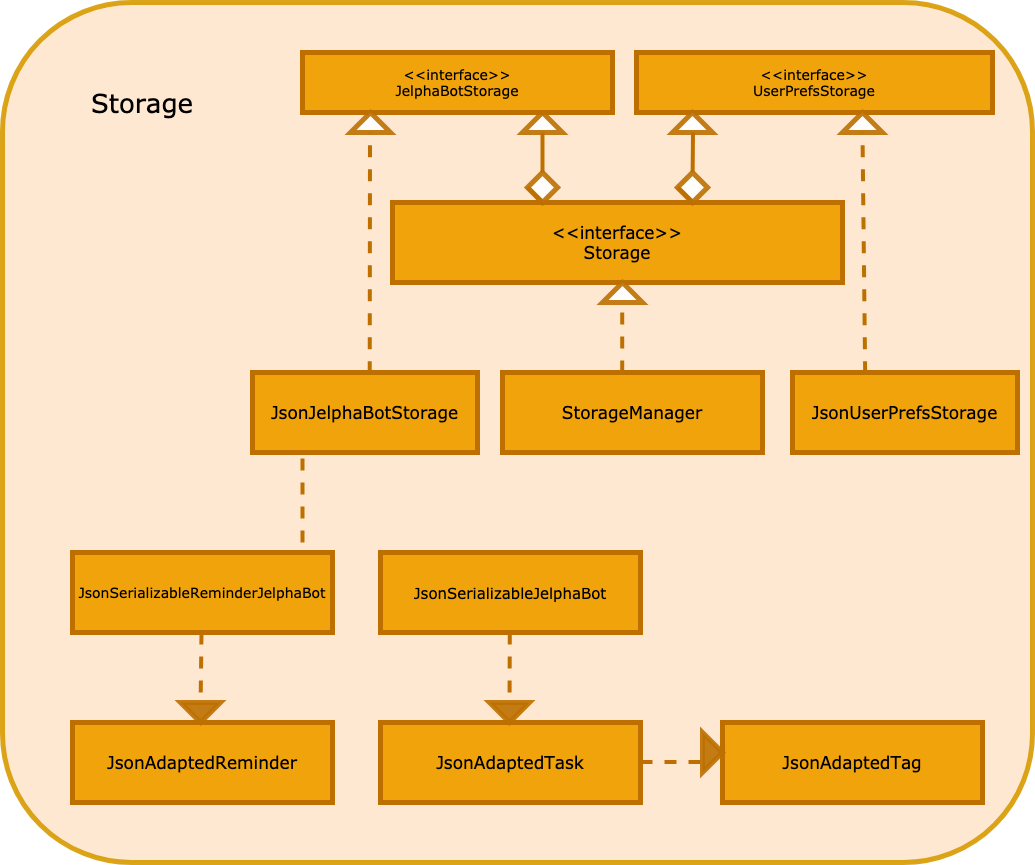
Before: images/Storage.png, a diagram exported from draw.io (AY1920S2-CS2103-F09-2/main). Source tidied: cells renumbered, new cells last; positions are measured from the earlier drawing's top-left corner, leaving out a move shared by most shapes. The source it was exported from:
```xml
<mxGraphModel>
  <root>
    <mxCell id="0" />
    <mxCell id="1" parent="0" />
    <mxCell id="2" style="rounded=1;whiteSpace=wrap;html=1;strokeColor=#d79b00;strokeWidth=5;fillColor=#ffe6cc;opacity=90;" parent="1" vertex="1">
      <mxGeometry width="1030" height="860" as="geometry" />
    </mxCell>
    <mxCell id="3" value="&lt;font style=&quot;font-size: 14px&quot;&gt;&lt;font face=&quot;Verdana&quot;&gt;&lt;font style=&quot;font-size: 14px&quot; color=&quot;#000000&quot;&gt;&amp;lt;&amp;lt;interface&amp;gt;&amp;gt;&lt;br&gt;&lt;/font&gt;&lt;font color=&quot;#000000&quot;&gt;UserPrefsStorage&lt;/font&gt;&lt;/font&gt;&lt;br&gt;&lt;/font&gt;" style="rounded=0;whiteSpace=wrap;html=1;strokeWidth=5;fillColor=#f0a30a;strokeColor=#BD7000;fontColor=#ffffff;" parent="1" vertex="1">
      <mxGeometry x="634" y="50" width="356" height="60" as="geometry" />
    </mxCell>
    <mxCell id="4" style="triangle;whiteSpace=wrap;html=1;strokeWidth=5;opacity=90;rotation=-90;strokeColor=#BD7000;" parent="1" vertex="1">
      <mxGeometry x="530" y="100" width="20" height="40" as="geometry" />
    </mxCell>
    <mxCell id="5" value="&lt;font style=&quot;font-size: 14px&quot;&gt;&lt;font face=&quot;Verdana&quot; style=&quot;font-size: 14px&quot; color=&quot;#000000&quot;&gt;&amp;lt;&amp;lt;interface&amp;gt;&amp;gt;&lt;br&gt;JelphaBotStorage&lt;/font&gt;&lt;br&gt;&lt;/font&gt;" style="rounded=0;whiteSpace=wrap;html=1;strokeWidth=5;fillColor=#f0a30a;strokeColor=#BD7000;fontColor=#ffffff;" parent="1" vertex="1">
      <mxGeometry x="300" y="50" width="310" height="60" as="geometry" />
    </mxCell>
    <mxCell id="6" style="triangle;whiteSpace=wrap;html=1;strokeWidth=5;opacity=90;rotation=-90;strokeColor=#BD7000;" parent="1" vertex="1">
      <mxGeometry x="680" y="100" width="20" height="40" as="geometry" />
    </mxCell>
    <mxCell id="7" style="endArrow=none;html=1;strokeWidth=4;entryX=0;entryY=0.5;entryDx=0;entryDy=0;strokeColor=#BD7000;" parent="1" edge="1" source="24" target="4">
      <mxGeometry relative="1" as="geometry" />
    </mxCell>
    <mxCell id="8" style="endArrow=none;html=1;strokeWidth=4;entryX=0;entryY=0.5;entryDx=0;entryDy=0;strokeColor=#BD7000;" parent="1" edge="1" source="26">
      <mxGeometry relative="1" as="geometry">
        <mxPoint x="690.5" y="130" as="targetPoint" />
      </mxGeometry>
    </mxCell>
    <mxCell id="9" value="&lt;font style=&quot;font-size: 17px&quot;&gt;&lt;font face=&quot;Verdana&quot; style=&quot;font-size: 17px&quot; color=&quot;#000000&quot;&gt;&amp;lt;&amp;lt;interface&amp;gt;&amp;gt;&lt;br&gt;Storage&lt;/font&gt;&lt;br&gt;&lt;/font&gt;" style="rounded=0;whiteSpace=wrap;html=1;strokeWidth=5;fillColor=#f0a30a;strokeColor=#BD7000;fontColor=#ffffff;" parent="1" vertex="1">
      <mxGeometry x="390" y="200" width="450" height="80" as="geometry" />
    </mxCell>
    <mxCell id="10" style="triangle;whiteSpace=wrap;html=1;strokeWidth=5;opacity=90;rotation=-90;strokeColor=#BD7000;" parent="1" vertex="1">
      <mxGeometry x="610" y="270" width="20" height="40" as="geometry" />
    </mxCell>
    <mxCell id="11" style="endArrow=none;html=1;strokeWidth=4;entryX=0;entryY=0.5;entryDx=0;entryDy=0;strokeColor=#BD7000;dashed=1;" parent="1" edge="1">
      <mxGeometry relative="1" as="geometry">
        <mxPoint x="619.7" y="370" as="sourcePoint" />
        <mxPoint x="619.7" y="300" as="targetPoint" />
      </mxGeometry>
    </mxCell>
    <mxCell id="12" value="&lt;font style=&quot;font-size: 17px&quot;&gt;&lt;font color=&quot;#000000&quot; face=&quot;Verdana&quot;&gt;StorageManager&lt;/font&gt;&lt;br&gt;&lt;/font&gt;" style="rounded=0;whiteSpace=wrap;html=1;strokeWidth=5;fillColor=#f0a30a;strokeColor=#BD7000;fontColor=#ffffff;" parent="1" vertex="1">
      <mxGeometry x="500" y="370" width="260" height="80" as="geometry" />
    </mxCell>
    <mxCell id="13" style="triangle;whiteSpace=wrap;html=1;strokeWidth=5;opacity=90;rotation=-90;strokeColor=#BD7000;" parent="1" vertex="1">
      <mxGeometry x="358" y="100" width="20" height="40" as="geometry" />
    </mxCell>
    <mxCell id="14" style="endArrow=none;html=1;strokeWidth=4;entryX=0;entryY=0.5;entryDx=0;entryDy=0;strokeColor=#BD7000;dashed=1;exitX=0.521;exitY=0.009;exitDx=0;exitDy=0;exitPerimeter=0;" parent="1" edge="1" source="15">
      <mxGeometry relative="1" as="geometry">
        <mxPoint x="367.5" y="130" as="targetPoint" />
      </mxGeometry>
    </mxCell>
    <mxCell id="15" value="&lt;font style=&quot;font-size: 17px&quot;&gt;&lt;font color=&quot;#000000&quot; face=&quot;Verdana&quot;&gt;JsonJelphaBotStorage&lt;/font&gt;&lt;br&gt;&lt;/font&gt;" style="rounded=0;whiteSpace=wrap;html=1;strokeWidth=5;fillColor=#f0a30a;strokeColor=#BD7000;fontColor=#ffffff;" parent="1" vertex="1">
      <mxGeometry x="250" y="370" width="225" height="80" as="geometry" />
    </mxCell>
    <mxCell id="16" style="triangle;whiteSpace=wrap;html=1;strokeWidth=5;opacity=90;rotation=-90;strokeColor=#BD7000;" parent="1" vertex="1">
      <mxGeometry x="850" y="100" width="20" height="40" as="geometry" />
    </mxCell>
    <mxCell id="17" style="endArrow=none;html=1;strokeWidth=4;strokeColor=#BD7000;dashed=1;exitX=0.323;exitY=0.009;exitDx=0;exitDy=0;entryX=0;entryY=0.5;entryDx=0;entryDy=0;exitPerimeter=0;" parent="1" edge="1" source="18" target="16">
      <mxGeometry relative="1" as="geometry" />
    </mxCell>
    <mxCell id="18" value="&lt;font style=&quot;font-size: 17px&quot;&gt;&lt;font color=&quot;#000000&quot; face=&quot;Verdana&quot;&gt;JsonUserPrefsStorage&lt;/font&gt;&lt;br&gt;&lt;/font&gt;" style="rounded=0;whiteSpace=wrap;html=1;strokeWidth=5;fillColor=#f0a30a;strokeColor=#BD7000;fontColor=#ffffff;" parent="1" vertex="1">
      <mxGeometry x="790" y="370" width="225" height="80" as="geometry" />
    </mxCell>
    <mxCell id="19" value="&lt;font style=&quot;font-size: 17px&quot;&gt;&lt;span style=&quot;color: rgb(0 , 0 , 0) ; font-family: &amp;#34;verdana&amp;#34;&quot;&gt;JsonAdaptedTask&lt;/span&gt;&lt;br&gt;&lt;/font&gt;" style="rounded=0;whiteSpace=wrap;html=1;strokeWidth=5;fillColor=#f0a30a;strokeColor=#BD7000;fontColor=#ffffff;" parent="1" vertex="1">
      <mxGeometry x="378" y="720" width="260" height="80" as="geometry" />
    </mxCell>
    <mxCell id="20" value="&lt;font style=&quot;font-size: 17px&quot;&gt;&lt;font color=&quot;#000000&quot; face=&quot;Verdana&quot;&gt;JsonAdaptedTag&lt;/font&gt;&lt;br&gt;&lt;/font&gt;" style="rounded=0;whiteSpace=wrap;html=1;strokeWidth=5;fillColor=#f0a30a;strokeColor=#BD7000;fontColor=#ffffff;" parent="1" vertex="1">
      <mxGeometry x="720" y="720" width="260" height="80" as="geometry" />
    </mxCell>
    <mxCell id="21" value="&lt;font style=&quot;font-size: 17px&quot;&gt;&lt;span style=&quot;color: rgb(0 , 0 , 0) ; font-family: &amp;#34;verdana&amp;#34;&quot;&gt;JsonAdaptedReminder&lt;/span&gt;&lt;br&gt;&lt;/font&gt;" style="rounded=0;whiteSpace=wrap;html=1;strokeWidth=5;fillColor=#f0a30a;strokeColor=#BD7000;fontColor=#ffffff;" parent="1" vertex="1">
      <mxGeometry x="70" y="720" width="260" height="80" as="geometry" />
    </mxCell>
    <mxCell id="22" value="&lt;font&gt;&lt;span style=&quot;color: rgb(0 , 0 , 0) ; font-family: &amp;#34;verdana&amp;#34;&quot;&gt;&lt;font style=&quot;font-size: 15px&quot;&gt;JsonSerializableJelphaBot&lt;/font&gt;&lt;/span&gt;&lt;br&gt;&lt;/font&gt;" style="rounded=0;whiteSpace=wrap;html=1;strokeWidth=5;fillColor=#f0a30a;strokeColor=#BD7000;fontColor=#ffffff;" parent="1" vertex="1">
      <mxGeometry x="378" y="550" width="260" height="80" as="geometry" />
    </mxCell>
    <mxCell id="23" value="&lt;font&gt;&lt;span style=&quot;color: rgb(0 , 0 , 0) ; font-family: &amp;#34;verdana&amp;#34;&quot;&gt;&lt;font style=&quot;font-size: 14px&quot;&gt;JsonSerializableReminderJelphaBot&lt;/font&gt;&lt;/span&gt;&lt;br&gt;&lt;/font&gt;" style="rounded=0;whiteSpace=wrap;html=1;strokeWidth=5;fillColor=#f0a30a;strokeColor=#BD7000;fontColor=#ffffff;" parent="1" vertex="1">
      <mxGeometry x="70" y="550" width="260" height="80" as="geometry" />
    </mxCell>
    <mxCell id="24" style="rhombus;whiteSpace=wrap;html=1;strokeColor=#BD7000;strokeWidth=5;opacity=90;" parent="1" vertex="1">
      <mxGeometry x="525" y="170" width="30" height="30" as="geometry" />
    </mxCell>
    <mxCell id="25" style="endArrow=none;html=1;strokeWidth=4;entryX=0;entryY=0.5;entryDx=0;entryDy=0;strokeColor=#BD7000;" parent="1" edge="1" target="24">
      <mxGeometry relative="1" as="geometry">
        <mxPoint x="540" y="200" as="sourcePoint" />
      </mxGeometry>
    </mxCell>
    <mxCell id="26" style="rhombus;whiteSpace=wrap;html=1;strokeColor=#BD7000;strokeWidth=5;opacity=90;" parent="1" vertex="1">
      <mxGeometry x="675" y="170" width="30" height="30" as="geometry" />
    </mxCell>
    <mxCell id="27" style="endArrow=none;html=1;strokeWidth=4;entryX=0;entryY=0.5;entryDx=0;entryDy=0;strokeColor=#BD7000;" parent="1" edge="1" target="26">
      <mxGeometry relative="1" as="geometry">
        <mxPoint x="690.5" y="200" as="sourcePoint" />
      </mxGeometry>
    </mxCell>
    <mxCell id="28" style="endArrow=none;html=1;strokeWidth=4;entryX=0;entryY=0.5;entryDx=0;entryDy=0;strokeColor=#BD7000;dashed=1;" parent="1" edge="1">
      <mxGeometry relative="1" as="geometry">
        <mxPoint x="300" y="540" as="sourcePoint" />
        <mxPoint x="300" y="450" as="targetPoint" />
      </mxGeometry>
    </mxCell>
    <mxCell id="29" style="endArrow=none;dashed=1;html=1;strokeColor=#BD7000;strokeWidth=4;" parent="1" edge="1" source="31">
      <mxGeometry relative="1" as="geometry">
        <mxPoint x="199.3" y="720" as="targetPoint" />
      </mxGeometry>
    </mxCell>
    <mxCell id="30" style="endArrow=none;dashed=1;html=1;strokeColor=#BD7000;strokeWidth=4;" parent="1" edge="1" source="33">
      <mxGeometry relative="1" as="geometry">
        <mxPoint x="507.6" y="720" as="targetPoint" />
      </mxGeometry>
    </mxCell>
    <mxCell id="31" style="triangle;whiteSpace=wrap;html=1;strokeColor=#BD7000;strokeWidth=5;opacity=90;rotation=90;fillColor=#bd7000;" parent="1" vertex="1">
      <mxGeometry x="188" y="690" width="20" height="40" as="geometry" />
    </mxCell>
    <mxCell id="32" style="endArrow=none;dashed=1;html=1;strokeColor=#BD7000;strokeWidth=4;" parent="1" edge="1" target="31">
      <mxGeometry relative="1" as="geometry">
        <mxPoint x="199" y="630" as="sourcePoint" />
      </mxGeometry>
    </mxCell>
    <mxCell id="33" style="triangle;whiteSpace=wrap;html=1;strokeColor=#BD7000;strokeWidth=5;opacity=90;rotation=90;fillColor=#bd7000;" parent="1" vertex="1">
      <mxGeometry x="497" y="690" width="20" height="40" as="geometry" />
    </mxCell>
    <mxCell id="34" style="endArrow=none;dashed=1;html=1;strokeColor=#BD7000;strokeWidth=4;" parent="1" edge="1" target="33">
      <mxGeometry relative="1" as="geometry">
        <mxPoint x="507.3" y="630" as="sourcePoint" />
      </mxGeometry>
    </mxCell>
    <mxCell id="35" value="&lt;font style=&quot;font-size: 26px&quot; face=&quot;Verdana&quot;&gt;Storage&lt;/font&gt;" style="text;html=1;strokeColor=none;fillColor=none;align=center;verticalAlign=middle;whiteSpace=wrap;rounded=0;opacity=90;" parent="1" vertex="1">
      <mxGeometry x="120" y="90" width="40" height="20" as="geometry" />
    </mxCell>
    <mxCell id="36" style="endArrow=none;dashed=1;html=1;strokeColor=#BD7000;strokeWidth=4;exitX=1;exitY=0.5;exitDx=0;exitDy=0;" parent="1" edge="1">
      <mxGeometry relative="1" as="geometry">
        <mxPoint x="638" y="759.5" as="sourcePoint" />
        <mxPoint x="700" y="759.5" as="targetPoint" />
      </mxGeometry>
    </mxCell>
    <mxCell id="37" style="triangle;whiteSpace=wrap;html=1;strokeColor=#BD7000;strokeWidth=5;fillColor=#bd7000;opacity=90;" parent="1" vertex="1">
      <mxGeometry x="700" y="730" width="20" height="40" as="geometry" />
    </mxCell>
  </root>
</mxGraphModel>
```
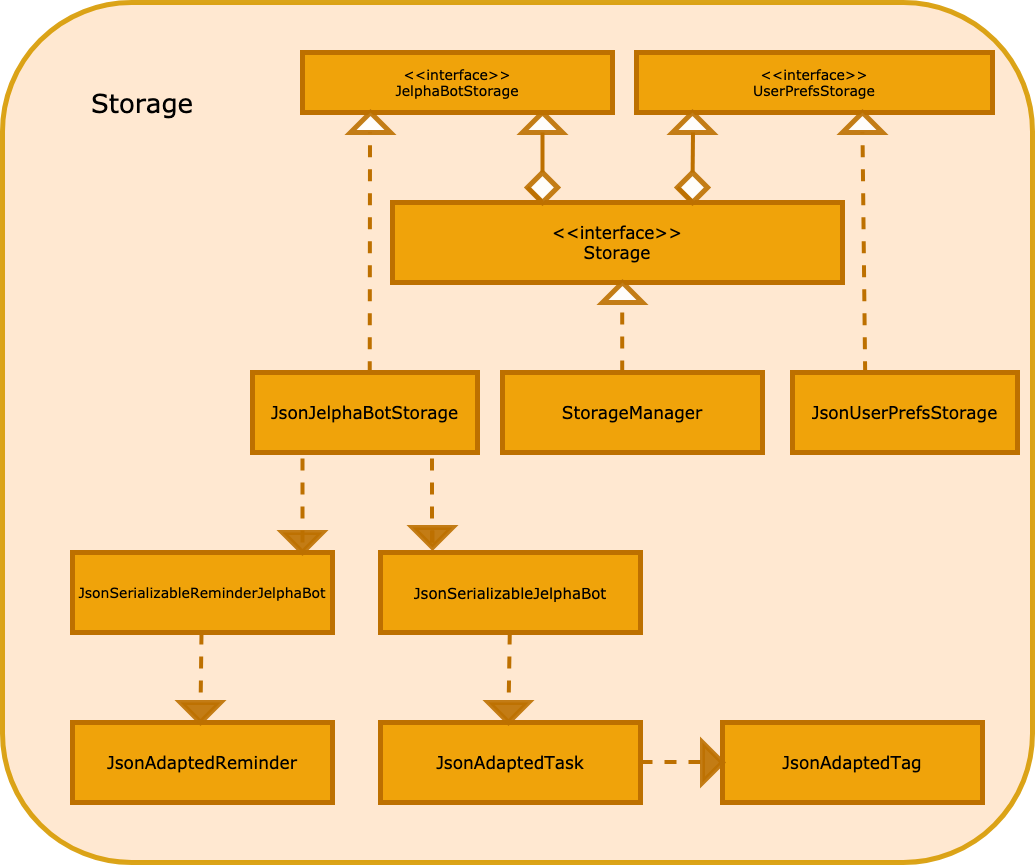
The same file after the commit.

Diff of the diagram source:
```diff
@@ -116,7 +116,7 @@
       </mxGeometry>
     </mxCell>
     <mxCell id="33" style="triangle;whiteSpace=wrap;html=1;strokeColor=#BD7000;strokeWidth=5;opacity=90;rotation=90;fillColor=#bd7000;" parent="1" vertex="1">
-      <mxGeometry x="497" y="690" width="20" height="40" as="geometry" />
+      <mxGeometry x="496" y="690" width="20" height="40" as="geometry" />
     </mxCell>
     <mxCell id="34" style="endArrow=none;dashed=1;html=1;strokeColor=#BD7000;strokeWidth=4;" parent="1" edge="1" target="33">
       <mxGeometry relative="1" as="geometry">
@@ -133,7 +133,24 @@
       </mxGeometry>
     </mxCell>
     <mxCell id="37" style="triangle;whiteSpace=wrap;html=1;strokeColor=#BD7000;strokeWidth=5;fillColor=#bd7000;opacity=90;" parent="1" vertex="1">
-      <mxGeometry x="700" y="730" width="20" height="40" as="geometry" />
+      <mxGeometry x="700" y="740" width="20" height="40" as="geometry" />
     </mxCell>
+    <mxCell id="38" style="triangle;whiteSpace=wrap;html=1;strokeColor=#BD7000;strokeWidth=5;opacity=90;rotation=90;fillColor=#bd7000;" parent="1" vertex="1">
+      <mxGeometry x="290" y="520" width="20" height="40" as="geometry" />
+    </mxCell>
+    <mxCell id="39" style="triangle;whiteSpace=wrap;html=1;strokeColor=#BD7000;strokeWidth=5;opacity=90;rotation=90;fillColor=#bd7000;" parent="1" vertex="1">
+      <mxGeometry x="420" y="515" width="20" height="40" as="geometry" />
+    </mxCell>
+    <mxCell id="40" style="endArrow=none;html=1;strokeWidth=4;entryX=0;entryY=0.5;entryDx=0;entryDy=0;strokeColor=#BD7000;dashed=1;" parent="1" edge="1" target="39">
+      <mxGeometry relative="1" as="geometry">
+        <mxPoint x="430" y="540" as="sourcePoint" />
+      </mxGeometry>
+    </mxCell>
+    <mxCell id="41" style="endArrow=none;html=1;strokeWidth=4;entryX=0;entryY=0.5;entryDx=0;entryDy=0;strokeColor=#BD7000;dashed=1;" parent="1" edge="1">
+      <mxGeometry relative="1" as="geometry">
+        <mxPoint x="429.5" y="540" as="sourcePoint" />
+        <mxPoint x="429.5" y="450" as="targetPoint" />
+      </mxGeometry>
+    </mxCell>
   </root>
 </mxGraphModel>
```
